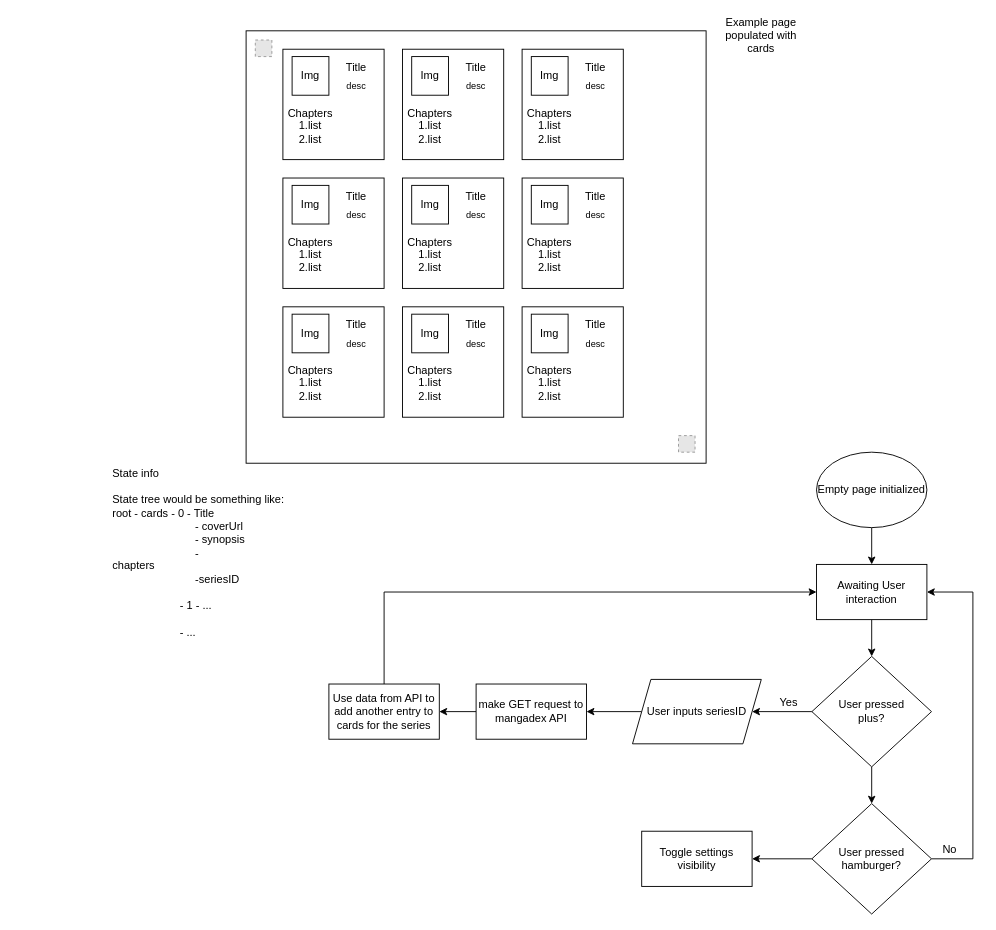
Earlier version of the draw.io diagram mGui.drawio (Boole215/mTracker). Source tidied: cells renumbered, new cells numbered last; positions are measured from the earlier drawing's top-left corner, leaving out a move shared by most shapes. Both pictures are drawn from the tidied source at 92%, with x=0, y=0 at pixel (108, 21). Pictures stored in the file or linked from it are replaced by grey dashed boxes.
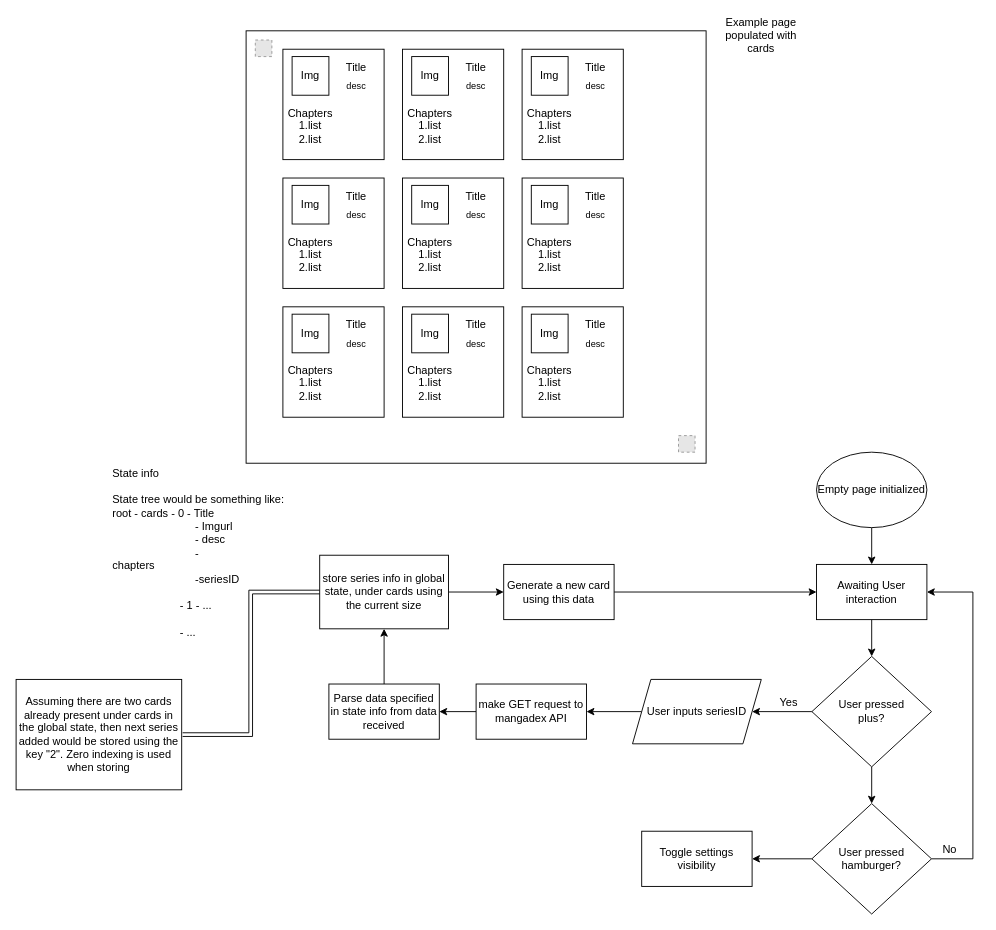
The same diagram, later.

The change refers to these unchanged cells:
```xml
<mxCell id="73" value="Awaiting User interaction" style="rounded=0;whiteSpace=wrap;html=1;" parent="1" vertex="1">
  <mxGeometry x="770" y="590" width="120" height="60" as="geometry" />
</mxCell>
```

The edit, as a diff of the source:
```diff
@@
-    <mxCell id="69" value="&#10;State info&#10;&#10;State tree would be something like:&#10;root - cards - 0 - Title&#10;                           - coverUrl&#10;                           - synopsis&#10;                           - chapters                                &#10;                           -seriesID                      &#10;&#10;                      - 1 - ...&#10;&#10;                      - ...&#10;&#10;&#10;&#10;" style="text;strokeColor=none;fillColor=none;spacing=5;spacingTop=-20;overflow=hidden;rounded=0;spacingBottom=0;whiteSpace=wrap;" parent="1" vertex="1">
+    <mxCell id="69" value="&#10;State info&#10;&#10;State tree would be something like:&#10;root - cards - 0 - Title&#10;                           - Imgurl&#10;                           - desc&#10;                           - chapters                                &#10;                           -seriesID                      &#10;&#10;                      - 1 - ...&#10;&#10;                      - ...&#10;&#10;&#10;&#10;" style="text;strokeColor=none;fillColor=none;spacing=5;spacingTop=-20;overflow=hidden;rounded=0;spacingBottom=0;whiteSpace=wrap;" parent="1" vertex="1">
       <mxGeometry y="480" width="250" height="230" as="geometry" />
     </mxCell>
@@
-    <mxCell id="87" style="edgeStyle=orthogonalEdgeStyle;rounded=0;jettySize=auto;html=1;exitX=0.5;exitY=0;exitDx=0;exitDy=0;entryX=0;entryY=0.5;entryDx=0;entryDy=0;" parent="1" edge="1" source="88" target="73">
+    <mxCell id="87" style="edgeStyle=orthogonalEdgeStyle;rounded=0;jettySize=auto;html=1;exitX=1;exitY=0.5;exitDx=0;exitDy=0;entryX=0;entryY=0.5;entryDx=0;entryDy=0;" parent="1" edge="1" source="90" target="73">
       <mxGeometry relative="1" as="geometry" />
     </mxCell>
+    <mxCell id="89" style="edgeStyle=orthogonalEdgeStyle;rounded=0;jettySize=auto;html=1;" parent="1" edge="1" source="88" target="92">
+      <mxGeometry relative="1" as="geometry" />
+    </mxCell>
-    <mxCell id="88" value="Use data from API to add another entry to cards for the series" style="rounded=0;whiteSpace=wrap;html=1;" parent="1" vertex="1">
+    <mxCell id="88" value="Parse data specified in state info from data received" style="rounded=0;whiteSpace=wrap;html=1;" parent="1" vertex="1">
       <mxGeometry x="240" y="720" width="120" height="60" as="geometry" />
     </mxCell>
+    <mxCell id="90" value="Generate a new card using this data" style="rounded=0;whiteSpace=wrap;html=1;" parent="1" vertex="1">
+      <mxGeometry x="430" y="590" width="120" height="60" as="geometry" />
+    </mxCell>
+    <mxCell id="91" style="edgeStyle=orthogonalEdgeStyle;rounded=0;jettySize=auto;html=1;entryX=0;entryY=0.5;entryDx=0;entryDy=0;" parent="1" edge="1" source="92" target="90">
+      <mxGeometry relative="1" as="geometry" />
+    </mxCell>
+    <mxCell id="92" value="store series info in global state, under cards using the current size" style="rounded=0;whiteSpace=wrap;html=1;" parent="1" vertex="1">
+      <mxGeometry x="230" y="580" width="140" height="80" as="geometry" />
+    </mxCell>
+    <mxCell id="93" style="edgeStyle=orthogonalEdgeStyle;rounded=0;jettySize=auto;html=1;entryX=0;entryY=0.5;entryDx=0;entryDy=0;shape=link;" parent="1" edge="1" source="94" target="92">
+      <mxGeometry relative="1" as="geometry" />
+    </mxCell>
+    <mxCell id="94" value="Assuming there are two cards already present under cards in the global state, then next series added would be stored using the key &quot;2&quot;. Zero indexing is used when storing" style="text;html=1;fillColor=none;align=center;verticalAlign=middle;whiteSpace=wrap;rounded=0;perimeterSpacing=1;strokeColor=#000000;" parent="1" vertex="1">
+      <mxGeometry x="-100" y="715" width="180" height="120" as="geometry" />
+    </mxCell>
```
